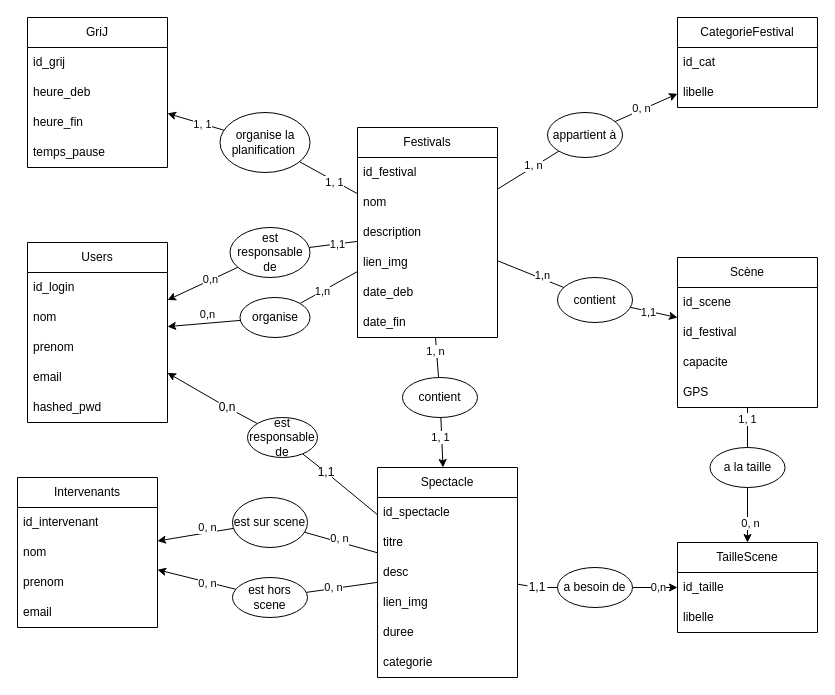
The draw.io diagram diagrams/bdd.drawio in lbaudroit/G2-Festiplan, before the edit. Source tidied: cells renumbered, new cells numbered last; positions are measured from the earlier drawing's top-left corner, leaving out a move shared by most shapes. Both pictures are drawn from the tidied source at 100%, with x=0, y=0 at pixel (17, 17).
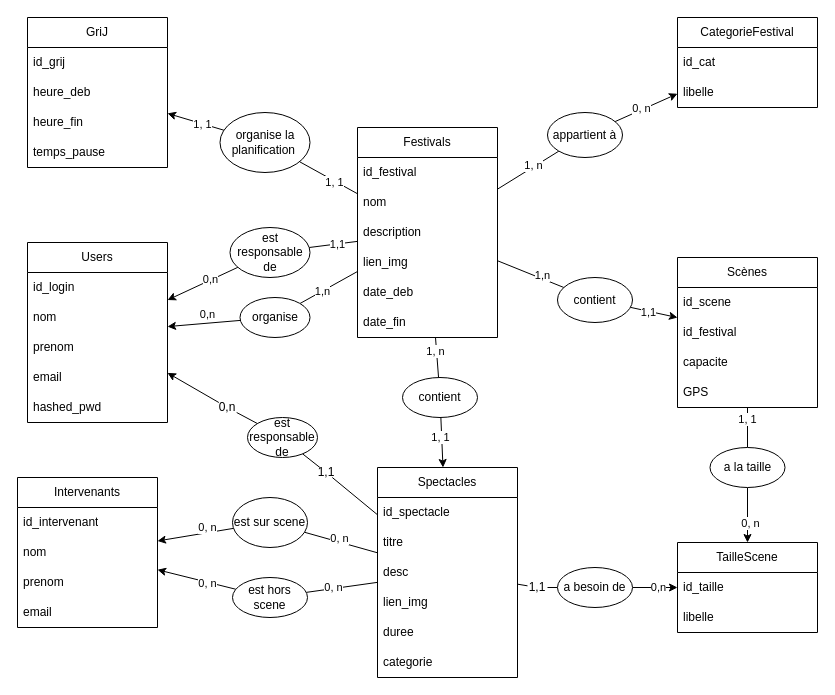
The same page after the edit.

The edit, as a diff of the source:
```diff
@@
-    <mxCell id="22" value="Scène" style="swimlane;fontStyle=0;horizontal=1;startSize=30;whiteSpace=wrap;html=1;" parent="1" vertex="1">
+    <mxCell id="22" value="Scènes" style="swimlane;fontStyle=0;horizontal=1;startSize=30;whiteSpace=wrap;html=1;" parent="1" vertex="1">
       <mxGeometry x="660" y="240" width="140" height="150" as="geometry" />
     </mxCell>
@@
-    <mxCell id="79" value="Spectacle" style="swimlane;fontStyle=0;horizontal=1;startSize=30;whiteSpace=wrap;html=1;" parent="1" vertex="1">
+    <mxCell id="79" value="Spectacles" style="swimlane;fontStyle=0;horizontal=1;startSize=30;whiteSpace=wrap;html=1;" parent="1" vertex="1">
       <mxGeometry x="360" y="450" width="140" height="210" as="geometry" />
     </mxCell>
```
